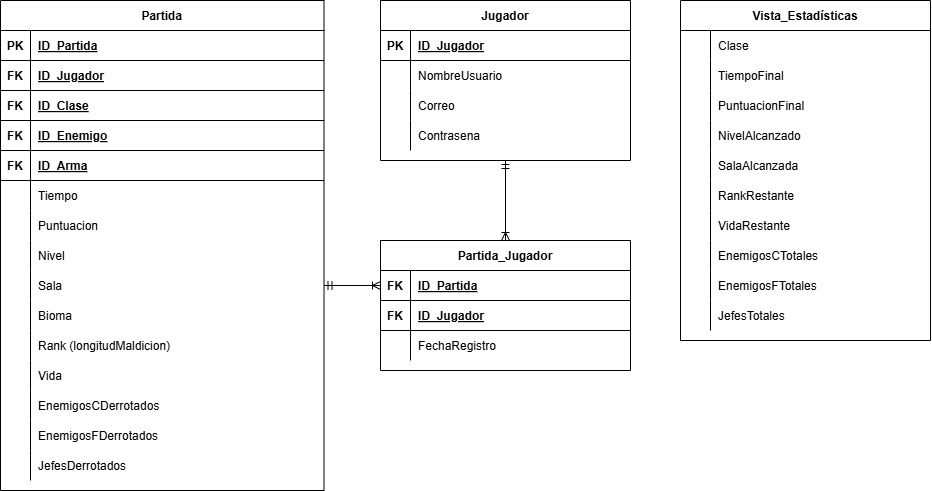
The draw.io diagram BasesDeDatos/BaseDatosEnUso/UML_TheCursedReturn3.drawio.png in A01029829/TC2005B_Team3, before a commit. Source tidied: cells renumbered, new cells last; positions are measured from the earlier drawing's top-left corner, leaving out a move shared by most shapes.
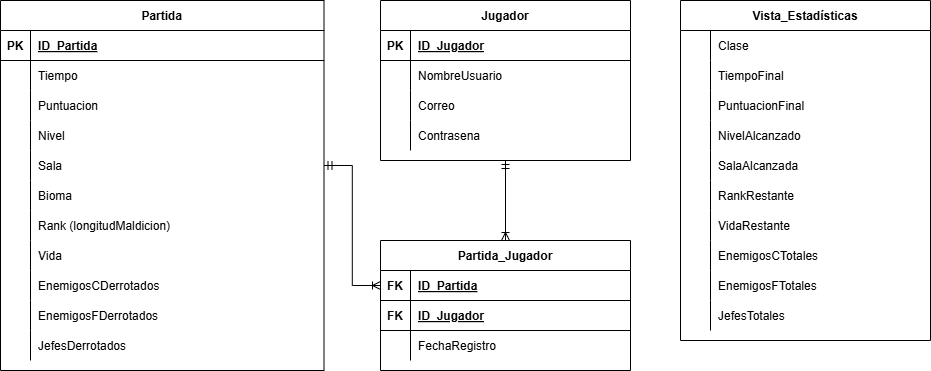
The same diagram one commit later.

Commit message:
Changes to ER diagram (deleted unnecessary foreign keys)

Diff of the diagram source:
```diff
@@ -3,7 +3,7 @@
     <mxCell id="0" />
     <mxCell id="1" parent="0" />
     <mxCell id="2" value="Partida" style="shape=table;startSize=30;rowLines=0;fontStyle=1;align=center;" parent="1" vertex="1">
-      <mxGeometry width="323.5" height="490" as="geometry" />
+      <mxGeometry width="323.5" height="370" as="geometry" />
     </mxCell>
     <mxCell id="3" style="shape=partialRectangle;fillColor=none;top=0;left=0;right=0;bottom=1;" parent="2" vertex="1">
       <mxGeometry y="30" width="323.5" height="30" as="geometry" />
@@ -14,44 +14,8 @@
     <mxCell id="5" value="ID_Partida" style="shape=partialRectangle;overflow=hidden;fillColor=none;top=0;left=0;bottom=0;right=0;align=left;spacingLeft=6;fontStyle=5;" parent="3" vertex="1">
       <mxGeometry x="30" width="293.5" height="30" as="geometry" />
     </mxCell>
-    <mxCell id="6" style="shape=partialRectangle;fillColor=none;top=0;left=0;right=0;bottom=1;" parent="2" vertex="1">
-      <mxGeometry y="60" width="323.5" height="30" as="geometry" />
-    </mxCell>
-    <mxCell id="7" value="FK" style="shape=partialRectangle;overflow=hidden;fillColor=none;top=0;left=0;bottom=0;right=0;fontStyle=1;" parent="6" vertex="1">
-      <mxGeometry width="30" height="30" as="geometry" />
-    </mxCell>
-    <mxCell id="8" value="ID_Jugador" style="shape=partialRectangle;overflow=hidden;fillColor=none;top=0;left=0;bottom=0;right=0;align=left;spacingLeft=6;fontStyle=5;" parent="6" vertex="1">
-      <mxGeometry x="30" width="293.5" height="30" as="geometry" />
-    </mxCell>
-    <mxCell id="9" style="shape=partialRectangle;fillColor=none;top=0;left=0;right=0;bottom=1;" parent="2" vertex="1">
-      <mxGeometry y="90" width="323.5" height="30" as="geometry" />
-    </mxCell>
-    <mxCell id="10" value="FK" style="shape=partialRectangle;overflow=hidden;fillColor=none;top=0;left=0;bottom=0;right=0;fontStyle=1;" parent="9" vertex="1">
-      <mxGeometry width="30" height="30" as="geometry" />
-    </mxCell>
-    <mxCell id="11" value="ID_Clase" style="shape=partialRectangle;overflow=hidden;fillColor=none;top=0;left=0;bottom=0;right=0;align=left;spacingLeft=6;fontStyle=5;" parent="9" vertex="1">
-      <mxGeometry x="30" width="293.5" height="30" as="geometry" />
-    </mxCell>
-    <mxCell id="12" style="shape=partialRectangle;fillColor=none;top=0;left=0;right=0;bottom=1;" parent="2" vertex="1">
-      <mxGeometry y="120" width="323.5" height="30" as="geometry" />
-    </mxCell>
-    <mxCell id="13" value="FK" style="shape=partialRectangle;overflow=hidden;fillColor=none;top=0;left=0;bottom=0;right=0;fontStyle=1;" parent="12" vertex="1">
-      <mxGeometry width="30" height="30" as="geometry" />
-    </mxCell>
-    <mxCell id="14" value="ID_Enemigo" style="shape=partialRectangle;overflow=hidden;fillColor=none;top=0;left=0;bottom=0;right=0;align=left;spacingLeft=6;fontStyle=5;" parent="12" vertex="1">
-      <mxGeometry x="30" width="293.5" height="30" as="geometry" />
-    </mxCell>
-    <mxCell id="15" style="shape=partialRectangle;fillColor=none;top=0;left=0;right=0;bottom=1;" parent="2" vertex="1">
-      <mxGeometry y="150" width="323.5" height="30" as="geometry" />
-    </mxCell>
-    <mxCell id="16" value="FK" style="shape=partialRectangle;overflow=hidden;fillColor=none;top=0;left=0;bottom=0;right=0;fontStyle=1;" parent="15" vertex="1">
-      <mxGeometry width="30" height="30" as="geometry" />
-    </mxCell>
-    <mxCell id="17" value="ID_Arma" style="shape=partialRectangle;overflow=hidden;fillColor=none;top=0;left=0;bottom=0;right=0;align=left;spacingLeft=6;fontStyle=5;" parent="15" vertex="1">
-      <mxGeometry x="30" width="293.5" height="30" as="geometry" />
-    </mxCell>
     <mxCell id="18" style="shape=partialRectangle;fillColor=none;top=0;left=0;right=0;bottom=0;" parent="2" vertex="1">
-      <mxGeometry y="180" width="323.5" height="30" as="geometry" />
+      <mxGeometry y="60" width="323.5" height="30" as="geometry" />
     </mxCell>
     <mxCell id="19" style="shape=partialRectangle;overflow=hidden;fillColor=none;top=0;left=0;bottom=0;right=0;" parent="18" vertex="1">
       <mxGeometry width="30" height="30" as="geometry" />
@@ -60,7 +24,7 @@
       <mxGeometry x="30" width="293.5" height="30" as="geometry" />
     </mxCell>
     <mxCell id="21" style="shape=partialRectangle;fillColor=none;top=0;left=0;right=0;bottom=0;" parent="2" vertex="1">
-      <mxGeometry y="210" width="323.5" height="30" as="geometry" />
+      <mxGeometry y="90" width="323.5" height="30" as="geometry" />
     </mxCell>
     <mxCell id="22" style="shape=partialRectangle;overflow=hidden;fillColor=none;top=0;left=0;bottom=0;right=0;" parent="21" vertex="1">
       <mxGeometry width="30" height="30" as="geometry" />
@@ -69,7 +33,7 @@
       <mxGeometry x="30" width="293.5" height="30" as="geometry" />
     </mxCell>
     <mxCell id="24" style="shape=partialRectangle;fillColor=none;top=0;left=0;right=0;bottom=0;" parent="2" vertex="1">
-      <mxGeometry y="240" width="323.5" height="30" as="geometry" />
+      <mxGeometry y="120" width="323.5" height="30" as="geometry" />
     </mxCell>
     <mxCell id="25" style="shape=partialRectangle;overflow=hidden;fillColor=none;top=0;left=0;bottom=0;right=0;" parent="24" vertex="1">
       <mxGeometry width="30" height="30" as="geometry" />
@@ -78,7 +42,7 @@
       <mxGeometry x="30" width="293.5" height="30" as="geometry" />
     </mxCell>
     <mxCell id="27" style="shape=partialRectangle;fillColor=none;points=[[0,0.5],[1,0.5]];portConstraint=eastwest;top=0;left=0;right=0;bottom=0;" parent="2" vertex="1">
-      <mxGeometry y="270" width="323.5" height="30" as="geometry" />
+      <mxGeometry y="150" width="323.5" height="30" as="geometry" />
     </mxCell>
     <mxCell id="28" style="shape=partialRectangle;overflow=hidden;fillColor=none;top=0;left=0;bottom=0;right=0;" parent="27" vertex="1">
       <mxGeometry width="30" height="30" as="geometry" />
@@ -87,7 +51,7 @@
       <mxGeometry x="30" width="293.5" height="30" as="geometry" />
     </mxCell>
     <mxCell id="30" style="shape=partialRectangle;fillColor=none;top=0;left=0;right=0;bottom=0;" parent="2" vertex="1">
-      <mxGeometry y="300" width="323.5" height="30" as="geometry" />
+      <mxGeometry y="180" width="323.5" height="30" as="geometry" />
     </mxCell>
     <mxCell id="31" style="shape=partialRectangle;overflow=hidden;fillColor=none;top=0;left=0;bottom=0;right=0;" parent="30" vertex="1">
       <mxGeometry width="30" height="30" as="geometry" />
@@ -96,7 +60,7 @@
       <mxGeometry x="30" width="293.5" height="30" as="geometry" />
     </mxCell>
     <mxCell id="33" style="shape=partialRectangle;fillColor=none;top=0;left=0;right=0;bottom=0;" parent="2" vertex="1">
-      <mxGeometry y="330" width="323.5" height="30" as="geometry" />
+      <mxGeometry y="210" width="323.5" height="30" as="geometry" />
     </mxCell>
     <mxCell id="34" style="shape=partialRectangle;overflow=hidden;fillColor=none;top=0;left=0;bottom=0;right=0;" parent="33" vertex="1">
       <mxGeometry width="30" height="30" as="geometry" />
@@ -105,7 +69,7 @@
       <mxGeometry x="30" width="293.5" height="30" as="geometry" />
     </mxCell>
     <mxCell id="36" style="shape=partialRectangle;fillColor=none;top=0;left=0;right=0;bottom=0;" parent="2" vertex="1">
-      <mxGeometry y="360" width="323.5" height="30" as="geometry" />
+      <mxGeometry y="240" width="323.5" height="30" as="geometry" />
     </mxCell>
     <mxCell id="37" style="shape=partialRectangle;overflow=hidden;fillColor=none;top=0;left=0;bottom=0;right=0;" parent="36" vertex="1">
       <mxGeometry width="30" height="30" as="geometry" />
@@ -114,7 +78,7 @@
       <mxGeometry x="30" width="293.5" height="30" as="geometry" />
     </mxCell>
     <mxCell id="39" style="shape=partialRectangle;fillColor=none;top=0;left=0;right=0;bottom=0;" parent="2" vertex="1">
-      <mxGeometry y="390" width="323.5" height="30" as="geometry" />
+      <mxGeometry y="270" width="323.5" height="30" as="geometry" />
     </mxCell>
     <mxCell id="40" style="shape=partialRectangle;overflow=hidden;fillColor=none;top=0;left=0;bottom=0;right=0;" parent="39" vertex="1">
       <mxGeometry width="30" height="30" as="geometry" />
@@ -123,7 +87,7 @@
       <mxGeometry x="30" width="293.5" height="30" as="geometry" />
     </mxCell>
     <mxCell id="42" style="shape=partialRectangle;fillColor=none;top=0;left=0;right=0;bottom=0;" parent="2" vertex="1">
-      <mxGeometry y="420" width="323.5" height="30" as="geometry" />
+      <mxGeometry y="300" width="323.5" height="30" as="geometry" />
     </mxCell>
     <mxCell id="43" style="shape=partialRectangle;overflow=hidden;fillColor=none;top=0;left=0;bottom=0;right=0;" parent="42" vertex="1">
       <mxGeometry width="30" height="30" as="geometry" />
@@ -132,7 +96,7 @@
       <mxGeometry x="30" width="293.5" height="30" as="geometry" />
     </mxCell>
     <mxCell id="45" style="shape=partialRectangle;fillColor=none;top=0;left=0;right=0;bottom=0;" parent="2" vertex="1">
-      <mxGeometry y="450" width="323.5" height="30" as="geometry" />
+      <mxGeometry y="330" width="323.5" height="30" as="geometry" />
     </mxCell>
     <mxCell id="46" style="shape=partialRectangle;overflow=hidden;fillColor=none;top=0;left=0;bottom=0;right=0;" parent="45" vertex="1">
       <mxGeometry width="30" height="30" as="geometry" />
```
